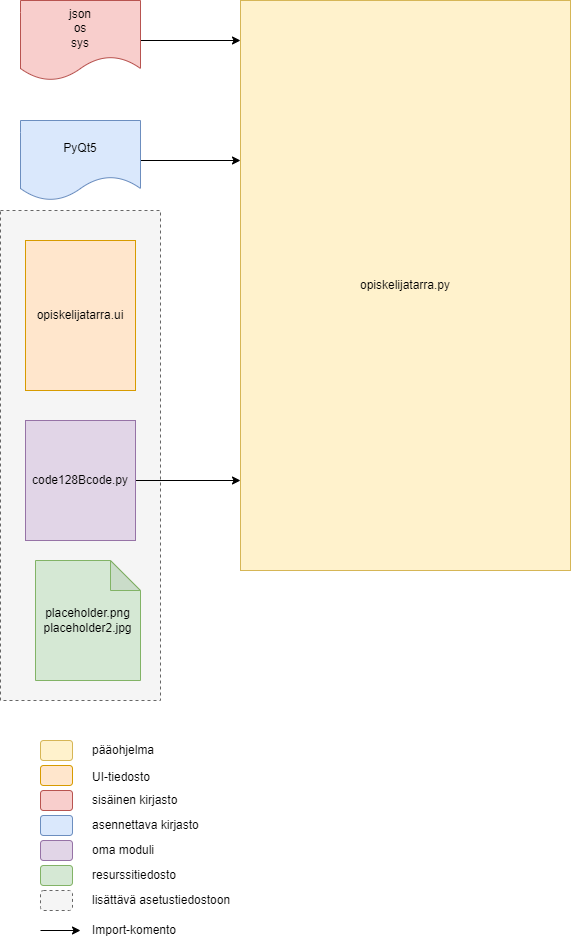
Above: Modulikaavio.drawio.png in TiViOpetus/QtUIharjoituksia (draw.io), before the change. Source tidied: cells renumbered, new cells last; positions are measured from the earlier drawing's top-left corner, leaving out a move shared by most shapes.
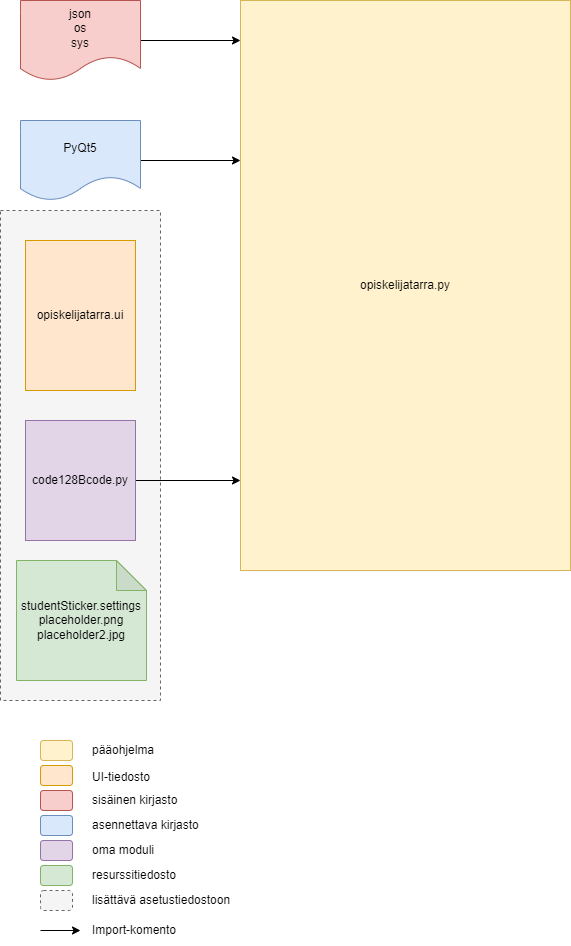
The same diagram one commit later.

Change to the diagram source:
```diff
@@ -38,8 +38,8 @@
     <mxCell id="9" value="code128Bcode.py&lt;br&gt;" style="rounded=0;whiteSpace=wrap;html=1;fillColor=#e1d5e7;strokeColor=#9673a6;" parent="1" vertex="1">
       <mxGeometry x="25" y="420" width="110" height="120" as="geometry" />
     </mxCell>
-    <mxCell id="10" value="placeholder.png&lt;br&gt;placeholder2.jpg" style="shape=note;whiteSpace=wrap;html=1;backgroundOutline=1;darkOpacity=0.05;fillColor=#d5e8d4;strokeColor=#82b366;" parent="1" vertex="1">
-      <mxGeometry x="35" y="560" width="105" height="120" as="geometry" />
+    <mxCell id="10" value="studentSticker.settings&lt;br&gt;placeholder.png&lt;br&gt;placeholder2.jpg" style="shape=note;whiteSpace=wrap;html=1;backgroundOutline=1;darkOpacity=0.05;fillColor=#d5e8d4;strokeColor=#82b366;" parent="1" vertex="1">
+      <mxGeometry x="16" y="560" width="130" height="120" as="geometry" />
     </mxCell>
     <mxCell id="11" style="rounded=1;whiteSpace=wrap;html=1;fillColor=#fff2cc;strokeColor=#d6b656;" parent="1" vertex="1">
       <mxGeometry x="40" y="740" width="32" height="20" as="geometry" />
```
